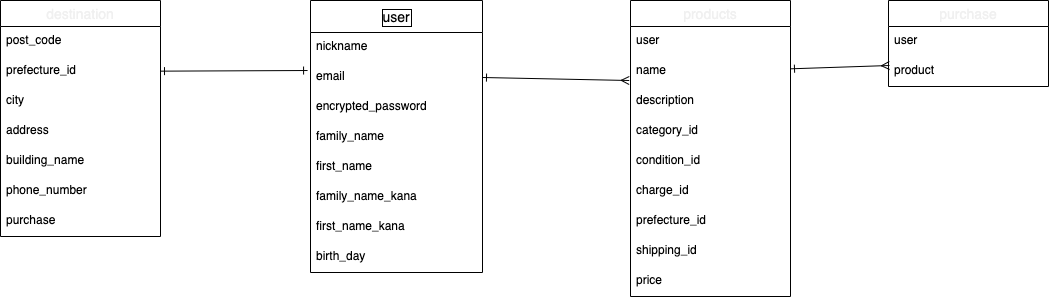
GK9130/furima-37239 keeps this draw.io diagram as furima.drawio.png. Above is the earlier version. Source tidied: cells renumbered, new cells last; positions are measured from the earlier drawing's top-left corner, leaving out a move shared by most shapes.
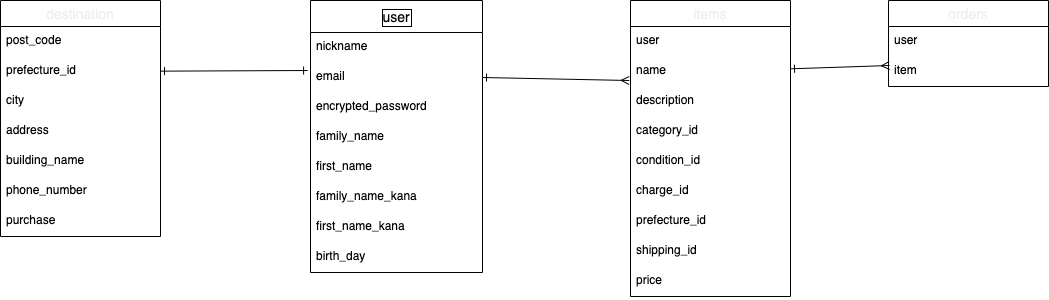
After the change.

The edit, as a diff of the source:
```diff
@@ -53,7 +53,7 @@
     <mxCell id="18" value="purchase" style="text;strokeColor=none;fillColor=none;spacingLeft=4;spacingRight=4;overflow=hidden;fontSize=12;" parent="11" vertex="1">
       <mxGeometry y="206" width="160" height="30" as="geometry" />
     </mxCell>
-    <mxCell id="19" value="products" style="swimlane;fontStyle=0;horizontal=1;startSize=26;align=center;fontSize=14;fontColor=#f0f0f0;" parent="1" vertex="1">
+    <mxCell id="19" value="items" style="swimlane;fontStyle=0;horizontal=1;startSize=26;align=center;fontSize=14;fontColor=#f0f0f0;" parent="1" vertex="1">
       <mxGeometry x="630" width="160" height="296" as="geometry" />
     </mxCell>
     <mxCell id="20" value="user" style="text;strokeColor=none;fillColor=none;spacingLeft=4;spacingRight=4;overflow=hidden;fontSize=12;" parent="19" vertex="1">
@@ -83,13 +83,13 @@
     <mxCell id="28" value="price" style="text;strokeColor=none;fillColor=none;spacingLeft=4;spacingRight=4;overflow=hidden;fontSize=12;" parent="19" vertex="1">
       <mxGeometry y="266" width="160" height="30" as="geometry" />
     </mxCell>
-    <mxCell id="29" value="purchase" style="swimlane;fontStyle=0;horizontal=1;startSize=26;align=center;fontSize=14;fontColor=#f0f0f0;" parent="1" vertex="1">
+    <mxCell id="29" value="orders" style="swimlane;fontStyle=0;horizontal=1;startSize=26;align=center;fontSize=14;fontColor=#f0f0f0;" parent="1" vertex="1">
       <mxGeometry x="888" width="160" height="86" as="geometry" />
     </mxCell>
     <mxCell id="30" value="user" style="text;strokeColor=none;fillColor=none;spacingLeft=4;spacingRight=4;overflow=hidden;fontSize=12;" parent="29" vertex="1">
       <mxGeometry y="26" width="160" height="30" as="geometry" />
     </mxCell>
-    <mxCell id="31" value="product" style="text;strokeColor=none;fillColor=none;spacingLeft=4;spacingRight=4;overflow=hidden;points=[[0,0.5],[1,0.5]];portConstraint=eastwest;fontSize=12;" parent="29" vertex="1">
+    <mxCell id="31" value="item" style="text;strokeColor=none;fillColor=none;spacingLeft=4;spacingRight=4;overflow=hidden;points=[[0,0.5],[1,0.5]];portConstraint=eastwest;fontSize=12;" parent="29" vertex="1">
       <mxGeometry y="56" width="160" height="30" as="geometry" />
     </mxCell>
     <mxCell id="32" style="edgeStyle=none;html=1;exitX=1;exitY=0.5;exitDx=0;exitDy=0;entryX=-0.008;entryY=0.8;entryDx=0;entryDy=0;entryPerimeter=0;fontColor=#f0f0f0;startArrow=ERone;startFill=0;endArrow=ERmany;endFill=0;" parent="1" edge="1" source="4">
```
